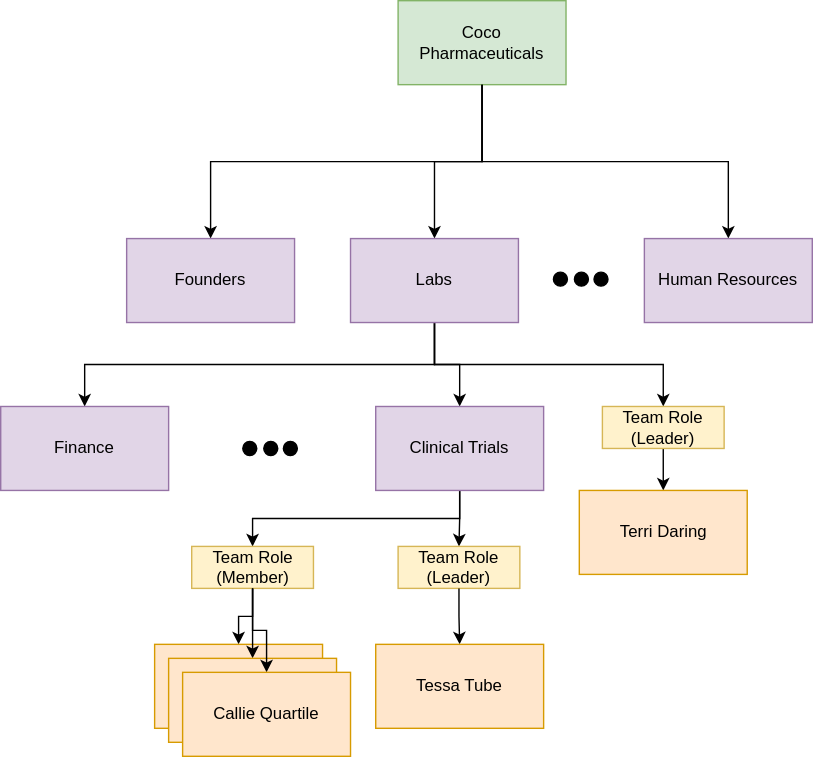
odpi/egeria-docs keeps this draw.io diagram as site/docs/features/people-roles-organizations/coco-org-structure.svg. Above is the earlier version. Source tidied: cells renumbered, new cells last; positions are measured from the earlier drawing's top-left corner, leaving out a move shared by most shapes.
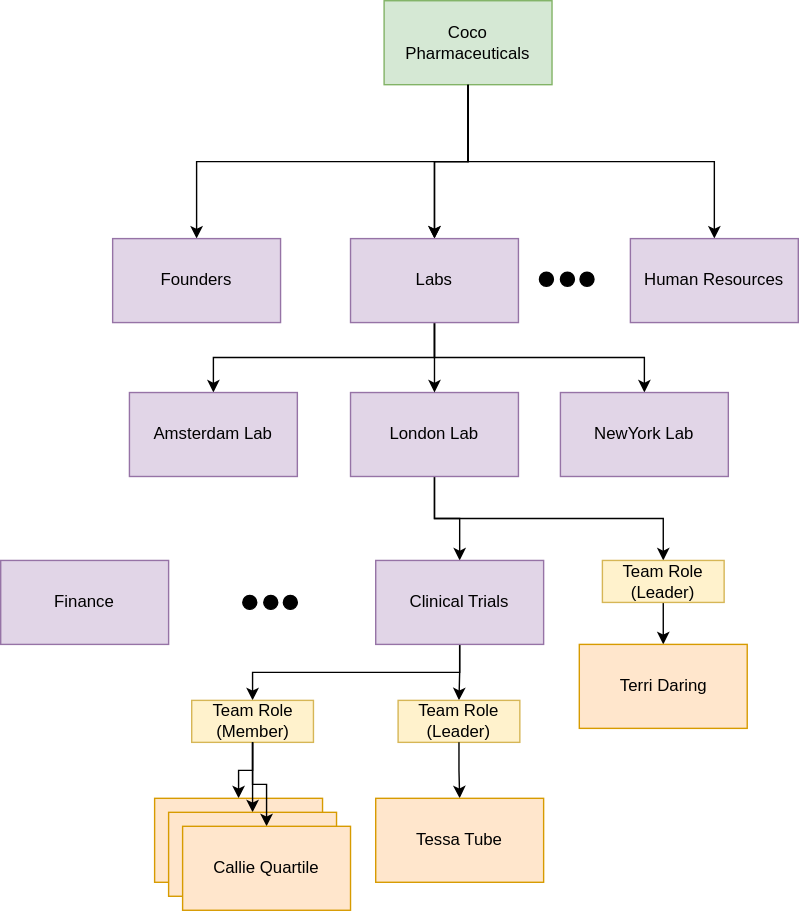
After the change.

Change to the diagram source:
```diff
@@ -2,28 +2,23 @@
   <root>
     <mxCell id="0" />
     <mxCell id="1" parent="0" />
-    <mxCell id="2" value="Coco Pharmaceuticals" style="rounded=0;whiteSpace=wrap;html=1;fillColor=#d5e8d4;strokeColor=#82b366;" parent="1" vertex="1">
-      <mxGeometry x="284" width="120" height="60" as="geometry" />
+    <mxCell id="2" style="edgeStyle=orthogonalEdgeStyle;rounded=0;jettySize=auto;html=1;exitX=0.5;exitY=1;exitDx=0;exitDy=0;entryX=0.5;entryY=0;entryDx=0;entryDy=0;" parent="1" edge="1" source="3" target="40">
+      <mxGeometry relative="1" as="geometry" />
     </mxCell>
-    <mxCell id="3" style="edgeStyle=orthogonalEdgeStyle;rounded=0;jettySize=auto;html=1;exitX=0.5;exitY=1;exitDx=0;exitDy=0;" parent="1" edge="1" source="2" target="6">
-      <mxGeometry relative="1" as="geometry" />
+    <mxCell id="3" value="Coco Pharmaceuticals" style="rounded=0;whiteSpace=wrap;html=1;fillColor=#d5e8d4;strokeColor=#82b366;" parent="1" vertex="1">
+      <mxGeometry x="274" y="-110" width="120" height="60" as="geometry" />
     </mxCell>
-    <mxCell id="4" style="edgeStyle=orthogonalEdgeStyle;rounded=0;jettySize=auto;html=1;" parent="1" edge="1" source="2" target="10">
+    <mxCell id="4" style="edgeStyle=orthogonalEdgeStyle;rounded=0;jettySize=auto;html=1;exitX=0.5;exitY=1;exitDx=0;exitDy=0;" parent="1" edge="1" source="3" target="7">
       <mxGeometry relative="1" as="geometry" />
     </mxCell>
-    <mxCell id="5" style="edgeStyle=orthogonalEdgeStyle;rounded=0;jettySize=auto;html=1;exitX=0.5;exitY=1;exitDx=0;exitDy=0;" parent="1" edge="1" source="2" target="11">
+    <mxCell id="5" style="edgeStyle=orthogonalEdgeStyle;rounded=0;jettySize=auto;html=1;entryX=0.5;entryY=0;entryDx=0;entryDy=0;" parent="1" edge="1" source="3" target="40">
       <mxGeometry relative="1" as="geometry" />
     </mxCell>
-    <mxCell id="6" value="Founders" style="rounded=0;whiteSpace=wrap;html=1;fillColor=#e1d5e7;strokeColor=#9673a6;" parent="1" vertex="1">
-      <mxGeometry x="90" y="170" width="120" height="60" as="geometry" />
+    <mxCell id="6" style="edgeStyle=orthogonalEdgeStyle;rounded=0;jettySize=auto;html=1;exitX=0.5;exitY=1;exitDx=0;exitDy=0;" parent="1" edge="1" source="3" target="11">
+      <mxGeometry relative="1" as="geometry" />
     </mxCell>
-    <mxCell id="7" style="edgeStyle=orthogonalEdgeStyle;rounded=0;jettySize=auto;html=1;exitX=0.5;exitY=1;exitDx=0;exitDy=0;" parent="1" edge="1" source="10" target="14">
-      <mxGeometry relative="1" as="geometry">
-        <Array as="points">
-          <mxPoint x="310" y="260" />
-          <mxPoint x="60" y="260" />
-        </Array>
-      </mxGeometry>
+    <mxCell id="7" value="Founders" style="rounded=0;whiteSpace=wrap;html=1;fillColor=#e1d5e7;strokeColor=#9673a6;" parent="1" vertex="1">
+      <mxGeometry x="80" y="60" width="120" height="60" as="geometry" />
     </mxCell>
     <mxCell id="8" style="edgeStyle=orthogonalEdgeStyle;rounded=0;jettySize=auto;html=1;exitX=0.5;exitY=1;exitDx=0;exitDy=0;entryX=0.5;entryY=0;entryDx=0;entryDy=0;" parent="1" edge="1" source="10" target="17">
       <mxGeometry relative="1" as="geometry">
@@ -36,11 +31,11 @@
     <mxCell id="9" style="edgeStyle=orthogonalEdgeStyle;rounded=0;jettySize=auto;html=1;exitX=0.5;exitY=1;exitDx=0;exitDy=0;" parent="1" edge="1" source="10" target="13">
       <mxGeometry relative="1" as="geometry" />
     </mxCell>
-    <mxCell id="10" value="Labs" style="rounded=0;whiteSpace=wrap;html=1;fillColor=#e1d5e7;strokeColor=#9673a6;" parent="1" vertex="1">
+    <mxCell id="10" value="London Lab" style="rounded=0;whiteSpace=wrap;html=1;fillColor=#e1d5e7;strokeColor=#9673a6;" parent="1" vertex="1">
       <mxGeometry x="250" y="170" width="120" height="60" as="geometry" />
     </mxCell>
     <mxCell id="11" value="Human Resources" style="rounded=0;whiteSpace=wrap;html=1;fillColor=#e1d5e7;strokeColor=#9673a6;" parent="1" vertex="1">
-      <mxGeometry x="460" y="170" width="120" height="60" as="geometry" />
+      <mxGeometry x="450" y="60" width="120" height="60" as="geometry" />
     </mxCell>
     <mxCell id="12" style="edgeStyle=orthogonalEdgeStyle;rounded=0;jettySize=auto;html=1;exitX=0.5;exitY=1;exitDx=0;exitDy=0;" parent="1" edge="1" source="13" target="18">
       <mxGeometry relative="1" as="geometry" />
@@ -94,7 +89,7 @@
       <mxGeometry x="130" y="480" width="120" height="60" as="geometry" />
     </mxCell>
     <mxCell id="29" style="group;" parent="1" vertex="1">
-      <mxGeometry x="395" y="194" width="39" height="10" as="geometry" />
+      <mxGeometry x="385" y="84" width="39" height="10" as="geometry" />
     </mxCell>
     <mxCell id="30" style="ellipse;whiteSpace=wrap;html=1;fillColor=#000000;" parent="29" vertex="1">
       <mxGeometry width="10" height="10" as="geometry" />
@@ -117,5 +112,23 @@
     <mxCell id="36" style="ellipse;whiteSpace=wrap;html=1;fillColor=#000000;" parent="33" vertex="1">
       <mxGeometry x="29" width="10" height="10" as="geometry" />
     </mxCell>
+    <mxCell id="37" style="edgeStyle=orthogonalEdgeStyle;rounded=0;jettySize=auto;html=1;entryX=0.5;entryY=0;entryDx=0;entryDy=0;exitX=0.5;exitY=1;exitDx=0;exitDy=0;" parent="1" edge="1" source="40" target="42">
+      <mxGeometry relative="1" as="geometry" />
+    </mxCell>
+    <mxCell id="38" style="edgeStyle=orthogonalEdgeStyle;rounded=0;jettySize=auto;html=1;exitX=0.5;exitY=1;exitDx=0;exitDy=0;" parent="1" edge="1" source="40" target="10">
+      <mxGeometry relative="1" as="geometry" />
+    </mxCell>
+    <mxCell id="39" style="edgeStyle=orthogonalEdgeStyle;rounded=0;jettySize=auto;html=1;exitX=0.5;exitY=1;exitDx=0;exitDy=0;" parent="1" edge="1" source="40" target="41">
+      <mxGeometry relative="1" as="geometry" />
+    </mxCell>
+    <mxCell id="40" value="Labs" style="rounded=0;whiteSpace=wrap;html=1;fillColor=#e1d5e7;strokeColor=#9673a6;" parent="1" vertex="1">
+      <mxGeometry x="250" y="60" width="120" height="60" as="geometry" />
+    </mxCell>
+    <mxCell id="41" value="NewYork Lab" style="rounded=0;whiteSpace=wrap;html=1;fillColor=#e1d5e7;strokeColor=#9673a6;" parent="1" vertex="1">
+      <mxGeometry x="400" y="170" width="120" height="60" as="geometry" />
+    </mxCell>
+    <mxCell id="42" value="Amsterdam Lab" style="rounded=0;whiteSpace=wrap;html=1;fillColor=#e1d5e7;strokeColor=#9673a6;" parent="1" vertex="1">
+      <mxGeometry x="92" y="170" width="120" height="60" as="geometry" />
+    </mxCell>
   </root>
 </mxGraphModel>
```
